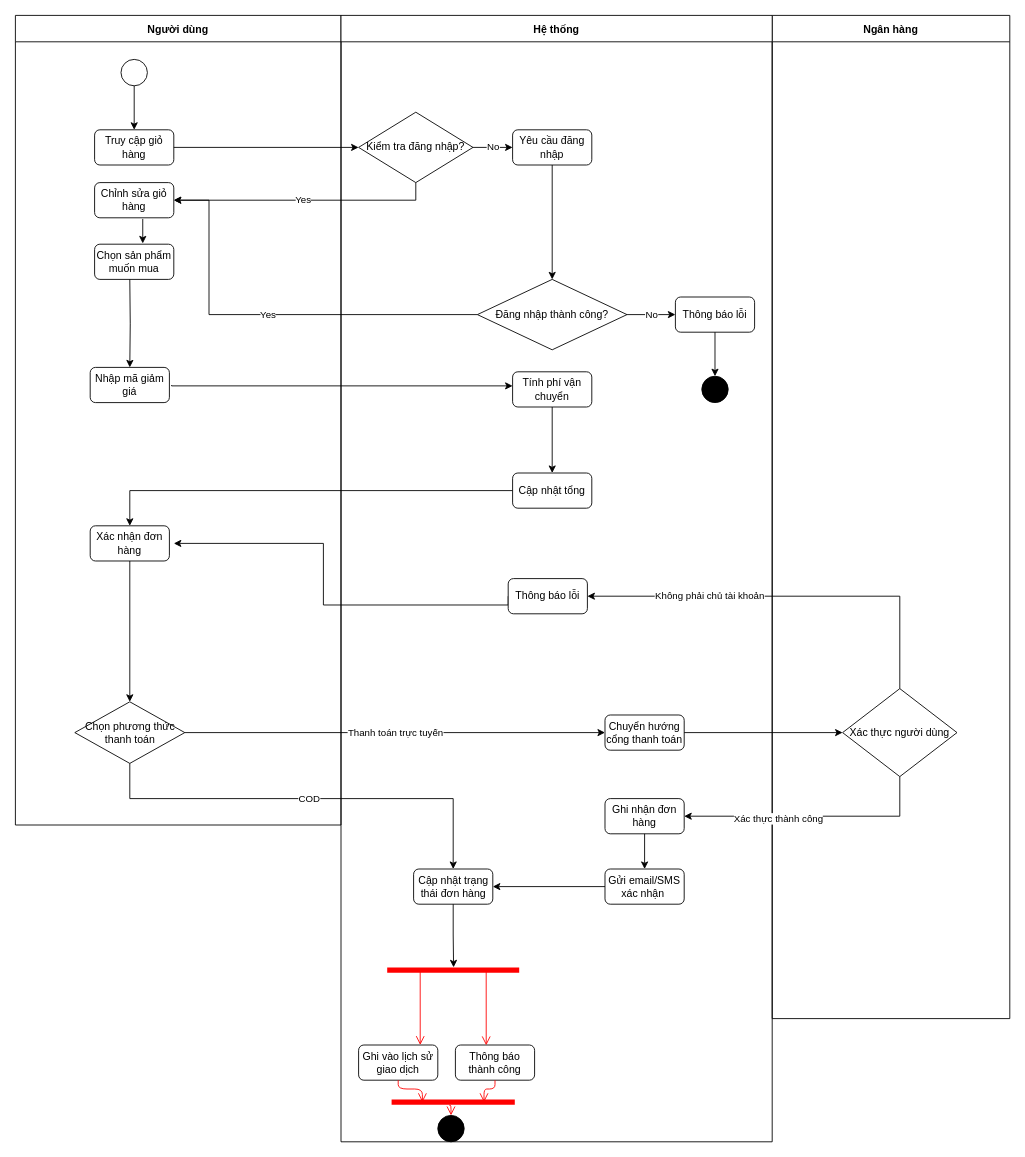
Above: Activity Diagram/Cart_Checkout.drawio in NguyenThaiDung2003/IT3120Nhom11 (draw.io), before the change. Source tidied: cells renumbered, new cells numbered last; positions are measured from the earlier drawing's top-left corner, leaving out a move shared by most shapes. Both pictures are drawn from the tidied source at 88%, with x=0, y=0 at pixel (15, 15).
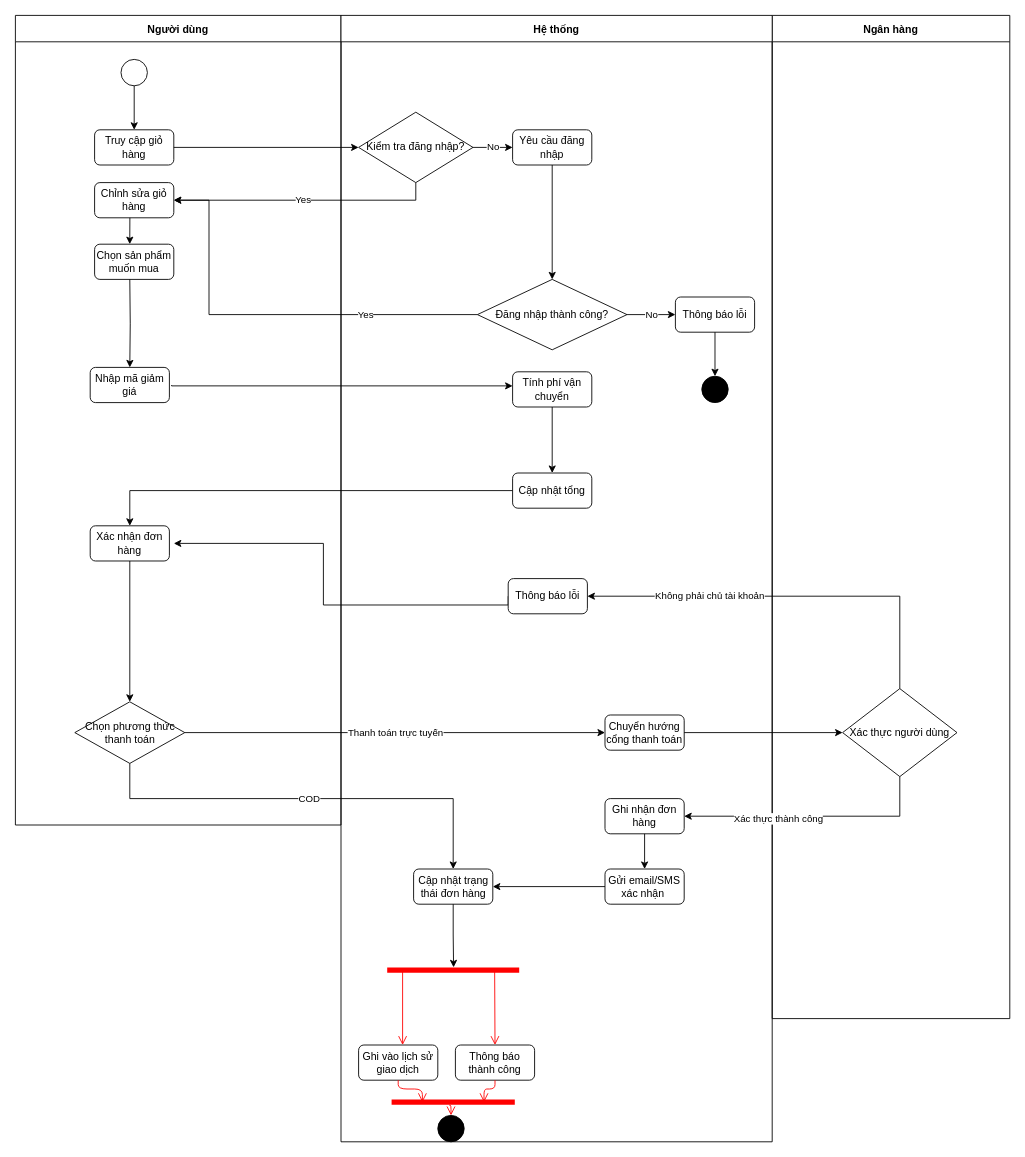
The same page after the edit.

Commit message:
cập nhật activity thanh toán

The change refers to these unchanged cells:
```xml
<mxCell id="2" value="Người dùng" style="swimlane;startSize=30;" parent="1" vertex="1">
  <mxGeometry width="370" height="920" as="geometry" />
</mxCell>
<mxCell id="5" value="Chỉnh sửa giỏ hàng" style="rounded=1;whiteSpace=wrap;html=1;" parent="2" vertex="1">
  <mxGeometry x="90" y="190" width="90" height="40" as="geometry" />
</mxCell>
<mxCell id="8" value="Chọn sản phẩm muốn mua" style="rounded=1;whiteSpace=wrap;html=1;" parent="2" vertex="1">
  <mxGeometry x="90" y="260" width="90" height="40" as="geometry" />
</mxCell>
<mxCell id="20" value="Hệ thống" style="swimlane;startSize=30;" parent="1" vertex="1">
  <mxGeometry x="370" width="490" height="1280" as="geometry" />
</mxCell>
<mxCell id="22" value="Đăng nhập thành công?" style="rhombus;whiteSpace=wrap;html=1;" parent="20" vertex="1">
  <mxGeometry x="155" y="300" width="170" height="80" as="geometry" />
</mxCell>
<mxCell id="43" style="shape=line;html=1;strokeWidth=6;strokeColor=#ff0000;" parent="20" vertex="1">
  <mxGeometry x="52.5" y="1080" width="150" height="10" as="geometry" />
</mxCell>
<mxCell id="45" value="Thông báo thành công" style="rounded=1;whiteSpace=wrap;html=1;" parent="20" vertex="1">
  <mxGeometry x="130" y="1170" width="90" height="40" as="geometry" />
</mxCell>
<mxCell id="46" value="Ghi vào lịch sử giao dịch" style="rounded=1;whiteSpace=wrap;html=1;" parent="20" vertex="1">
  <mxGeometry x="20" y="1170" width="90" height="40" as="geometry" />
</mxCell>
```

Change to the diagram source:
```diff
@@
-    <mxCell id="10" style="edgeStyle=orthogonalEdgeStyle;rounded=0;html=1;jettySize=auto;entryX=0.608;entryY=-0.022;entryDx=0;entryDy=0;entryPerimeter=0;exitX=0.608;exitY=1.033;exitDx=0;exitDy=0;exitPerimeter=0;" parent="2" edge="1" source="5" target="8">
-      <mxGeometry relative="1" as="geometry" />
+    <mxCell id="10" style="edgeStyle=orthogonalEdgeStyle;rounded=0;html=1;jettySize=auto;entryX=0.444;entryY=-0.001;entryDx=0;entryDy=0;entryPerimeter=0;exitX=0.5;exitY=1;exitDx=0;exitDy=0;" parent="2" edge="1" target="8">
+      <mxGeometry relative="1" as="geometry">
+        <mxPoint x="130.1" y="230" as="sourcePoint" />
+      </mxGeometry>
     </mxCell>
@@
     <mxCell id="16" value="Yes" style="edgeStyle=orthogonalEdgeStyle;rounded=0;html=1;jettySize=auto;exitX=0;exitY=0.5;exitDx=0;exitDy=0;" parent="1" edge="1" source="22" target="5">
-      <mxGeometry relative="1" as="geometry">
+      <mxGeometry x="-0.47" relative="1" as="geometry">
         <Array as="points">
           <mxPoint x="220" y="340" />
           <mxPoint x="220" y="210" />
         </Array>
+        <mxPoint x="-1" as="offset" />
       </mxGeometry>
     </mxCell>
@@
-    <mxCell id="44" style="edgeStyle=orthogonalEdgeStyle;html=1;verticalAlign=bottom;endArrow=open;endSize=8;strokeColor=#ff0000;exitX=0.25;exitY=0.5;exitDx=0;exitDy=0;exitPerimeter=0;entryX=0.778;entryY=0;entryDx=0;entryDy=0;entryPerimeter=0;" parent="20" edge="1" source="43" target="46">
-      <mxGeometry relative="1" as="geometry" />
+    <mxCell id="44" style="edgeStyle=orthogonalEdgeStyle;html=1;verticalAlign=bottom;endArrow=open;endSize=8;strokeColor=#ff0000;exitX=0.25;exitY=0.5;exitDx=0;exitDy=0;exitPerimeter=0;entryX=0.778;entryY=0;entryDx=0;entryDy=0;entryPerimeter=0;" parent="20" edge="1">
+      <mxGeometry relative="1" as="geometry">
+        <mxPoint x="70" y="1085" as="sourcePoint" />
+        <mxPoint x="70" y="1170" as="targetPoint" />
+      </mxGeometry>
     </mxCell>
@@
-    <mxCell id="47" style="edgeStyle=orthogonalEdgeStyle;html=1;verticalAlign=bottom;endArrow=open;endSize=8;strokeColor=#ff0000;exitX=0.75;exitY=0.5;exitDx=0;exitDy=0;exitPerimeter=0;entryX=0.389;entryY=0.009;entryDx=0;entryDy=0;entryPerimeter=0;" parent="20" edge="1" source="43" target="45">
-      <mxGeometry relative="1" as="geometry" />
+    <mxCell id="47" style="edgeStyle=orthogonalEdgeStyle;html=1;verticalAlign=bottom;endArrow=open;endSize=8;strokeColor=#ff0000;exitX=0.814;exitY=0.48;exitDx=0;exitDy=0;exitPerimeter=0;" parent="20" edge="1" source="43">
+      <mxGeometry relative="1" as="geometry">
+        <mxPoint x="175" y="1170" as="targetPoint" />
+        <Array as="points">
+          <mxPoint x="175" y="1085" />
+          <mxPoint x="175" y="1170" />
+        </Array>
+      </mxGeometry>
     </mxCell>
```
